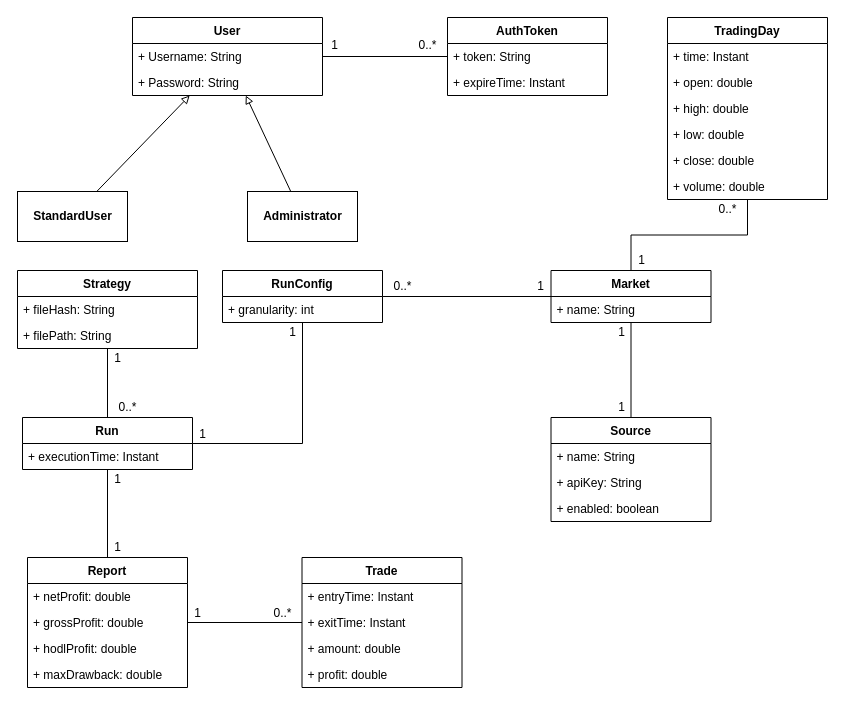
Before: drawio/datamodel.drawio in nferrante1/lsmsd2, a draw.io diagram. Source tidied: cells renumbered, new cells numbered last; positions are measured from the earlier drawing's top-left corner, leaving out a move shared by most shapes. Both pictures are drawn from the tidied source at 100%, with x=0, y=0 at pixel (17, 17).
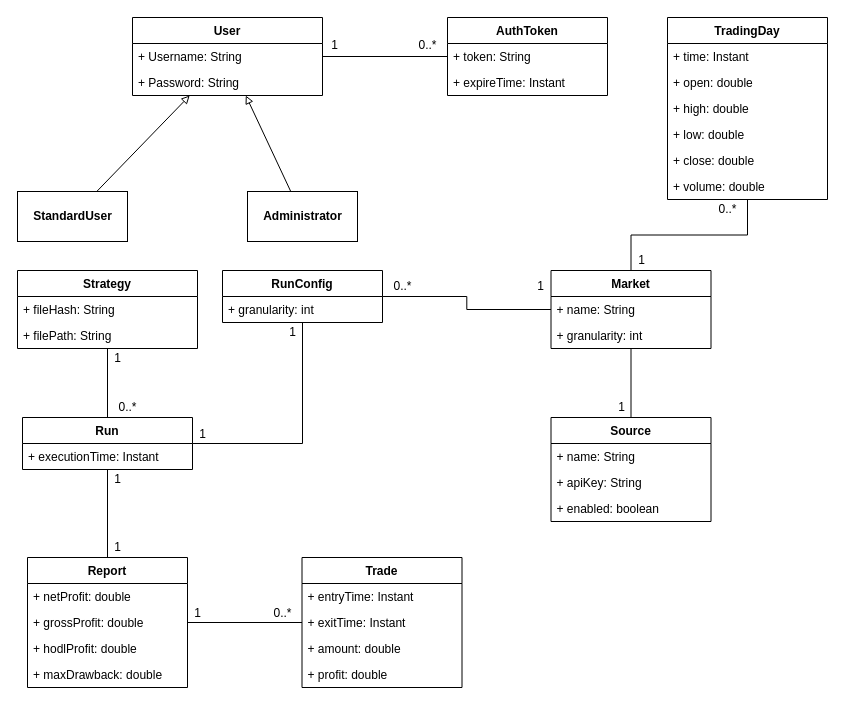
Above is the later version.

Commit message:
Add Market.granularity

What changed in the source:
```diff
@@
     <mxCell id="29" value="Market" style="swimlane;fontStyle=1;align=center;verticalAlign=top;horizontal=1;startSize=26;" parent="1" vertex="1">
-      <mxGeometry x="533.5" y="253" width="160" height="52" as="geometry" />
+      <mxGeometry x="533.5" y="253" width="160" height="78" as="geometry" />
     </mxCell>
@@
+    <mxCell id="67" value="+ granularity: int" style="text;strokeColor=none;fillColor=none;align=left;verticalAlign=top;spacingLeft=4;spacingRight=4;overflow=hidden;" parent="29" vertex="1">
+      <mxGeometry y="52" width="160" height="26" as="geometry" />
+    </mxCell>
@@
-    <mxCell id="47" value="1" style="text;html=1;align=center;verticalAlign=middle;" parent="1" vertex="1">
-      <mxGeometry x="593.5" y="305" width="20" height="20" as="geometry" />
-    </mxCell>
```
